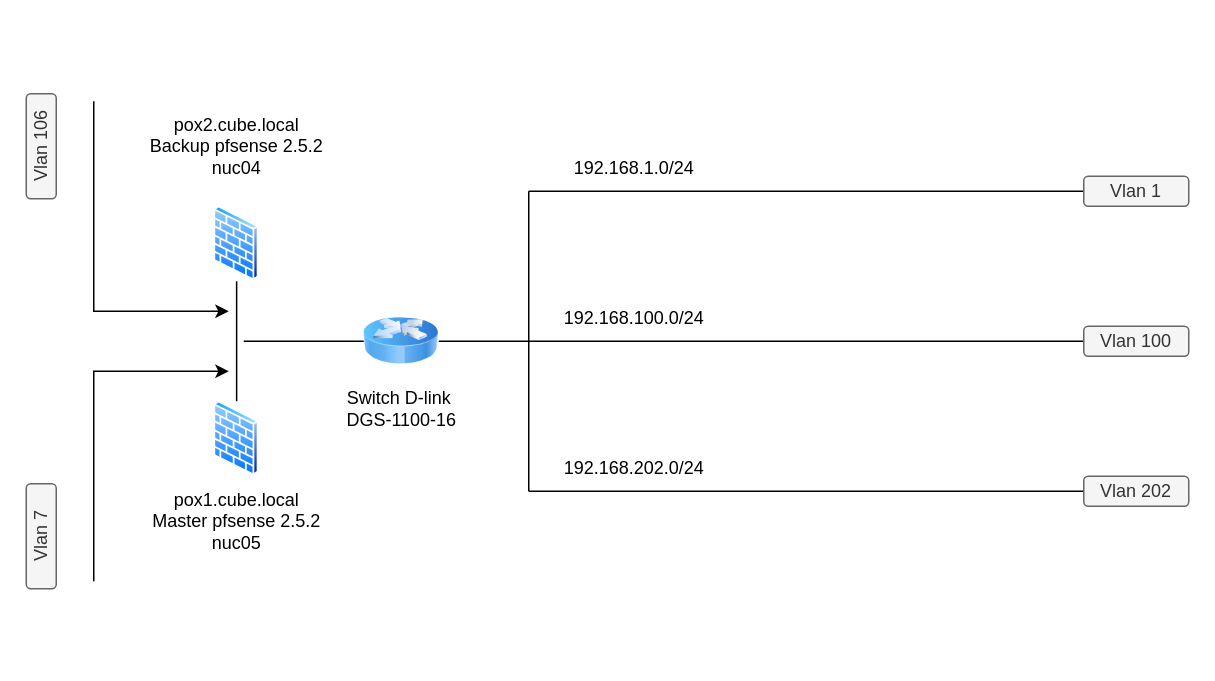
Matt307082/kio01-DAT keeps this draw.io diagram as kio01-diagram.drawio. Above is the earlier version. Source tidied: cells renumbered, new cells numbered last; positions are measured from the earlier drawing's top-left corner, leaving out a move shared by most shapes. Both pictures are drawn from the tidied source at 150%, with x=0, y=0 at pixel (-12, 100).
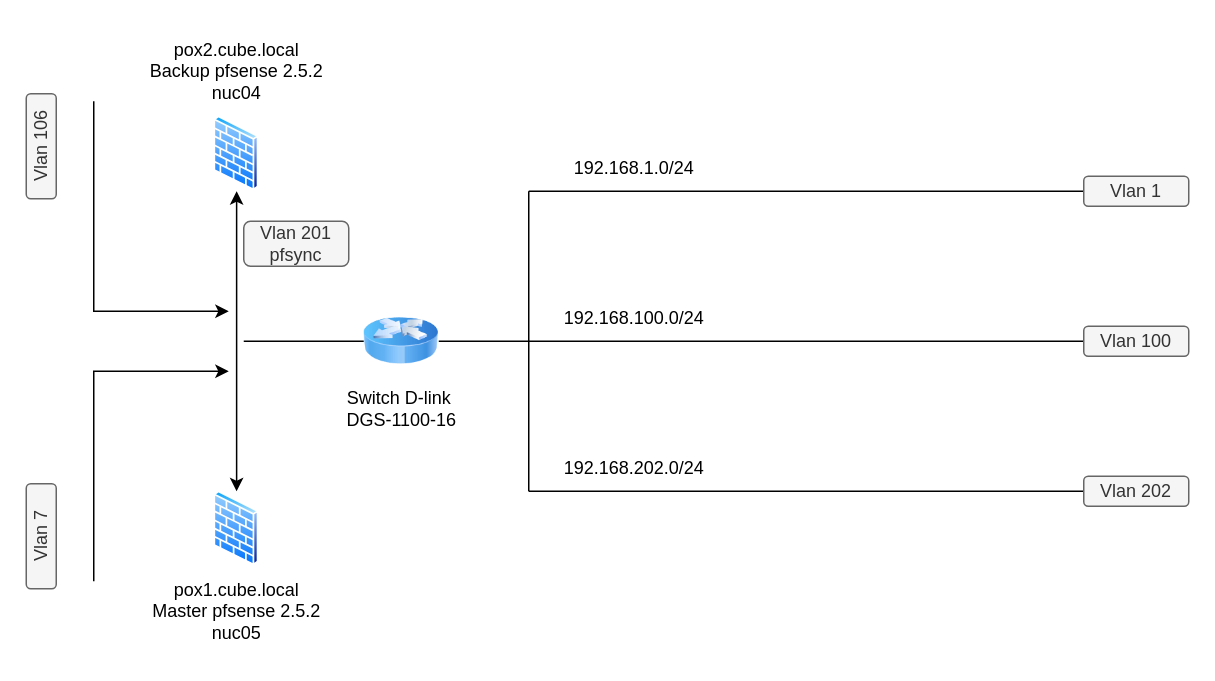
The same diagram, later.

Commit message:
Mettre à jour kio01-diagram.drawio

Diff of the diagram source:
```diff
@@
     <mxCell id="2" style="image;perimeter=ellipsePerimeter;html=1;align=center;shadow=0;dashed=0;spacingTop=3;image=img/lib/active_directory/firewall.svg;" parent="1" vertex="1">
-      <mxGeometry x="150" y="70" width="30.5" height="50" as="geometry" />
+      <mxGeometry x="150" y="10" width="30.5" height="50" as="geometry" />
     </mxCell>
     <mxCell id="3" style="image;perimeter=ellipsePerimeter;html=1;align=center;shadow=0;dashed=0;spacingTop=3;image=img/lib/active_directory/firewall.svg;" parent="1" vertex="1">
-      <mxGeometry x="150" y="200" width="30.5" height="50" as="geometry" />
+      <mxGeometry x="150" y="260" width="30.5" height="50" as="geometry" />
     </mxCell>
-    <mxCell id="4" style="endArrow=none;html=1;rounded=0;exitX=0.5;exitY=0;exitDx=0;exitDy=0;entryX=0.5;entryY=1;entryDx=0;entryDy=0;" parent="1" edge="1" source="3" target="2">
-      <mxGeometry relative="1" as="geometry" />
-    </mxCell>
     <mxCell id="5" value="pox1.cube.local&lt;br&gt;Master pfsense 2.5.2&lt;div&gt;nuc05&lt;/div&gt;" style="text;html=1;align=center;verticalAlign=middle;strokeColor=none;fillColor=none;" parent="1" vertex="1">
-      <mxGeometry x="95.2" y="250" width="140" height="60" as="geometry" />
+      <mxGeometry x="95.2" y="310" width="140" height="60" as="geometry" />
     </mxCell>
     <mxCell id="6" value="pox2.cube.local&lt;br&gt;Backup pfsense 2.5.2&lt;div&gt;nuc04&lt;/div&gt;" style="text;html=1;align=center;verticalAlign=middle;strokeColor=none;fillColor=none;" parent="1" vertex="1">
-      <mxGeometry x="95.2" width="140" height="60" as="geometry" />
+      <mxGeometry x="95.2" y="-50" width="140" height="60" as="geometry" />
     </mxCell>
@@
+    <mxCell id="4" style="endArrow=classic;startArrow=classic;html=1;rounded=0;entryX=0.5;entryY=1;entryDx=0;entryDy=0;exitX=0.5;exitY=0;exitDx=0;exitDy=0;" parent="1" edge="1" source="3" target="2">
+      <mxGeometry relative="1" as="geometry" />
+    </mxCell>
+    <mxCell id="25" value="Vlan 201&lt;div&gt;pfsync&lt;/div&gt;" style="rounded=1;whiteSpace=wrap;html=1;fillColor=#f5f5f5;strokeColor=#666666;fontColor=#333333;rotation=0;" parent="1" vertex="1">
+      <mxGeometry x="170" y="80" width="70" height="30" as="geometry" />
+    </mxCell>
```
